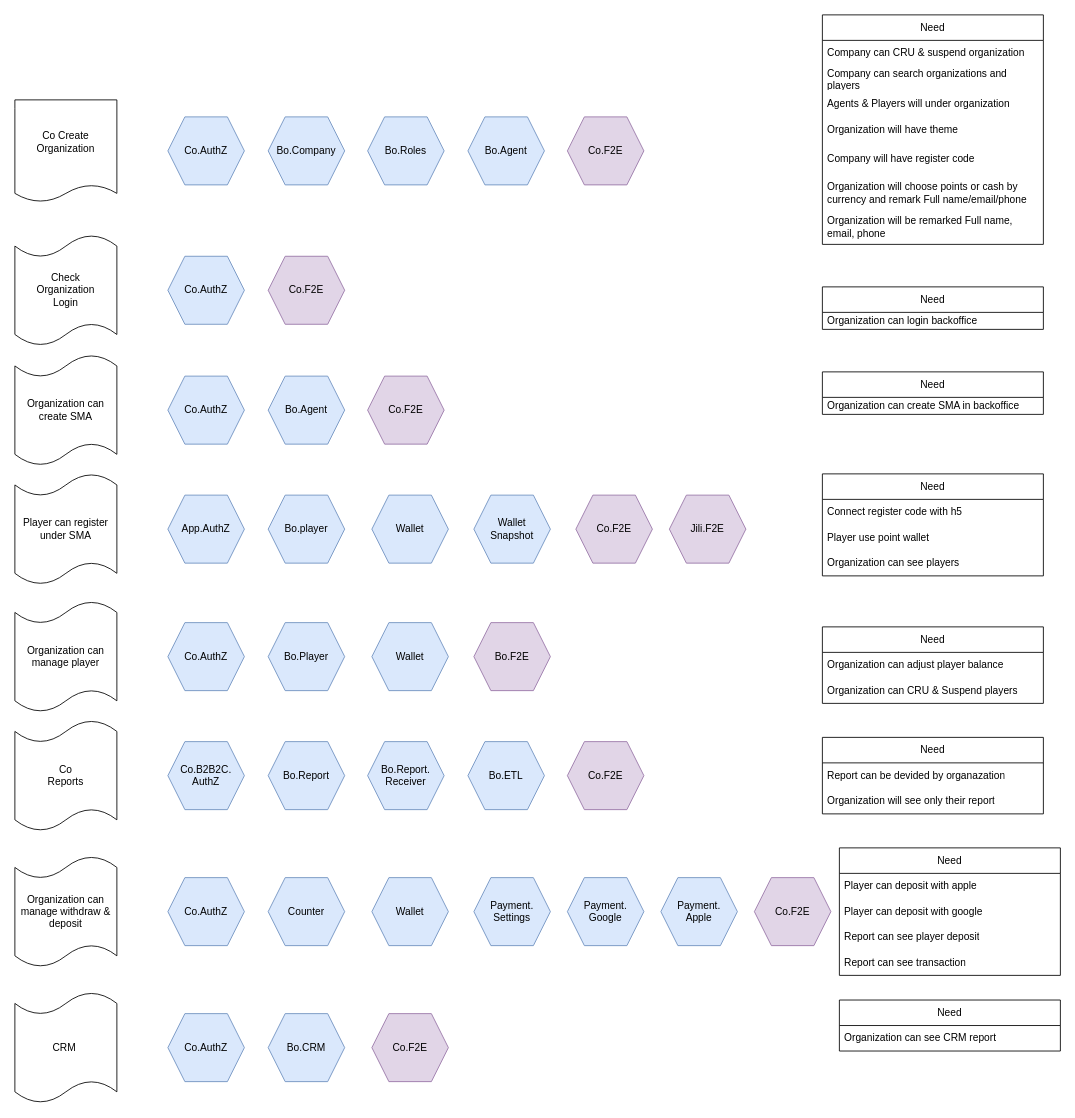
Earlier version of the draw.io diagram page "Develop Order" (6 of 6) of Bluewhale.drawio (ZoeHYH/Bluewhale). Source tidied: cells renumbered, new cells numbered last; positions are measured from the earlier drawing's top-left corner, leaving out a move shared by most shapes. Both pictures are drawn from the tidied source at 85%, with x=0, y=0 at pixel (14, 14).
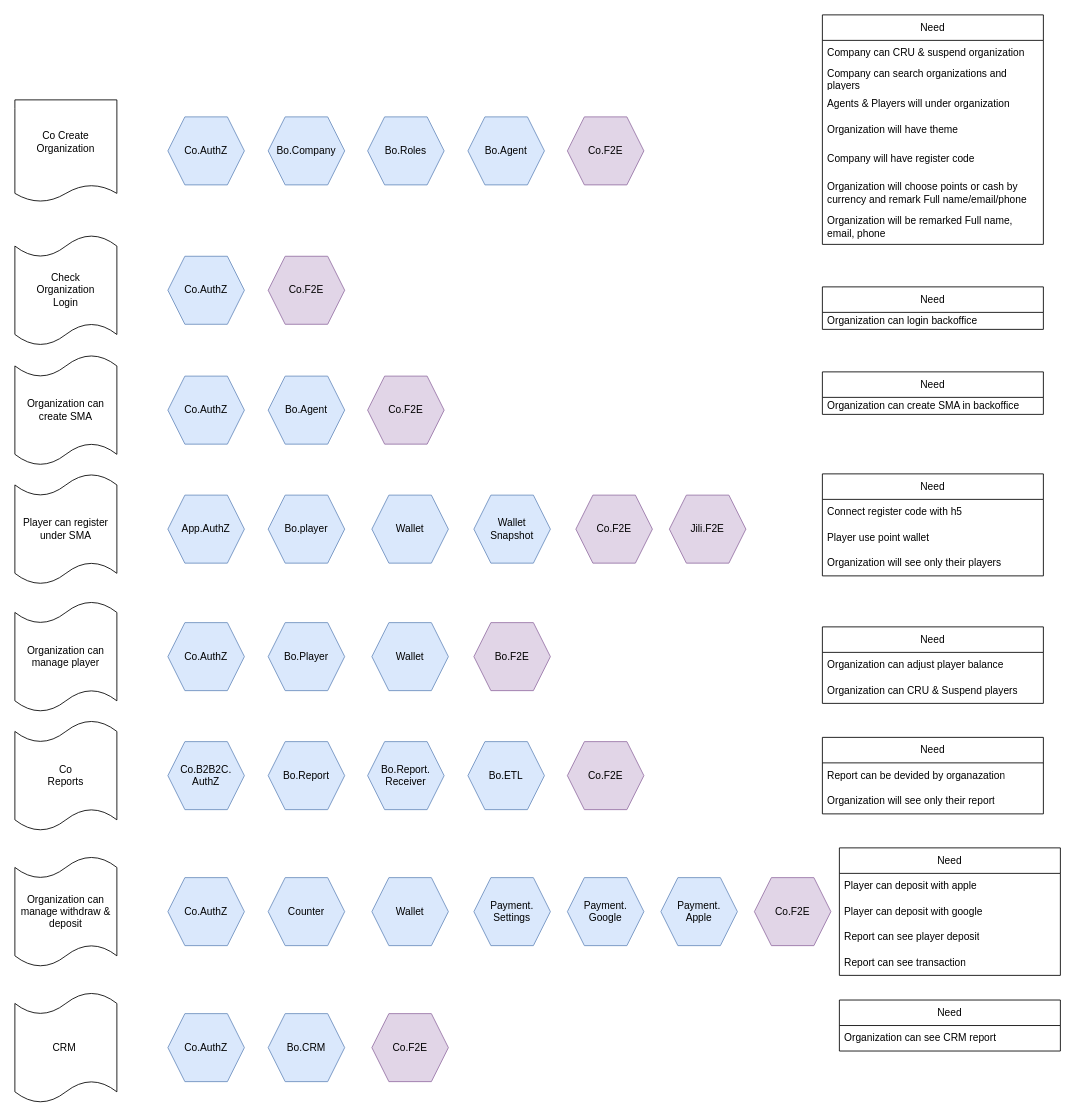
The same diagram, later.

The change refers to these unchanged cells:
```xml
<mxCell id="13" value="Need" style="swimlane;fontStyle=0;horizontal=1;startSize=30;whiteSpace=wrap;html=1;" parent="1" vertex="1">
  <mxGeometry x="950" y="540" width="260" height="120" as="geometry" />
</mxCell>
```

Diff of the diagram source:
```diff
@@
-    <mxCell id="16" value="&lt;div style=&quot;text-align: center;&quot;&gt;&lt;span style=&quot;background-color: initial;&quot;&gt;Organization can see players&amp;nbsp;&lt;/span&gt;&lt;/div&gt;" style="text;strokeColor=none;fillColor=none;align=left;verticalAlign=middle;spacingLeft=4;spacingRight=4;overflow=hidden;whiteSpace=wrap;html=1;" parent="13" vertex="1">
+    <mxCell id="16" value="&lt;div style=&quot;text-align: center;&quot;&gt;&lt;span style=&quot;background-color: initial;&quot;&gt;Organization will see only their players&amp;nbsp;&lt;/span&gt;&lt;/div&gt;" style="text;strokeColor=none;fillColor=none;align=left;verticalAlign=middle;spacingLeft=4;spacingRight=4;overflow=hidden;whiteSpace=wrap;html=1;" parent="13" vertex="1">
       <mxGeometry y="90" width="260" height="30" as="geometry" />
     </mxCell>
```
